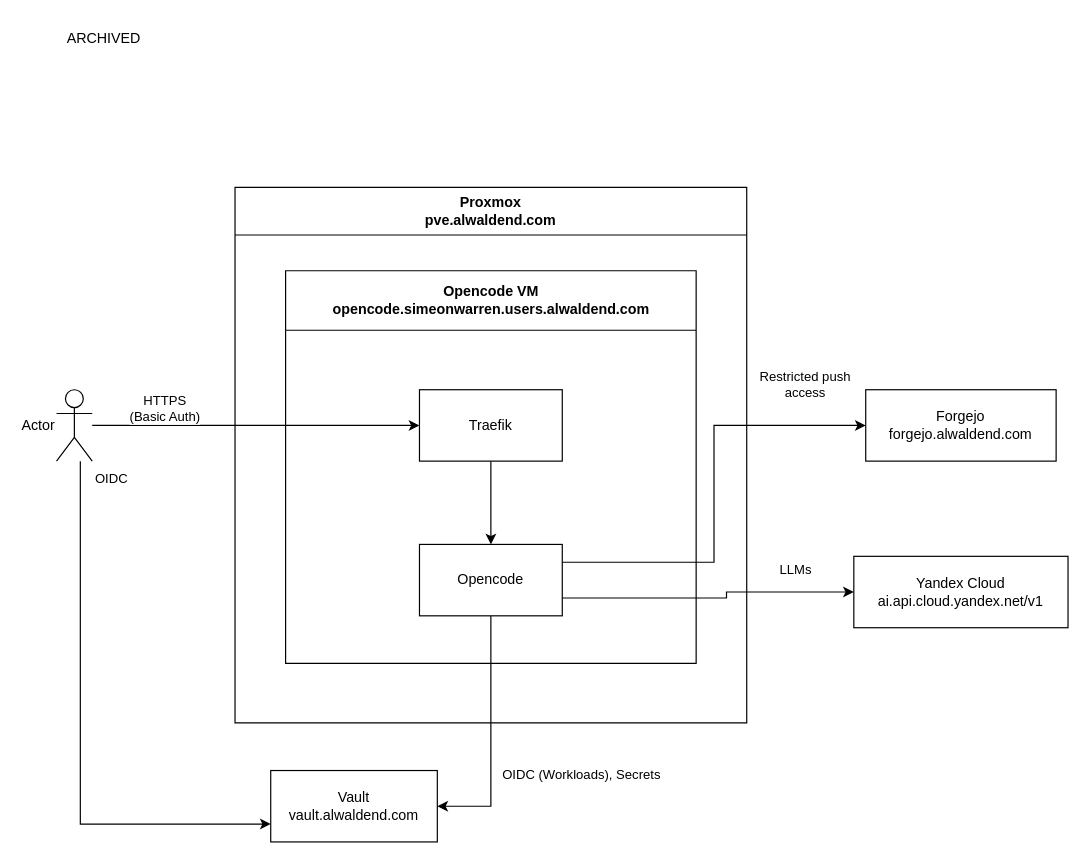
Above: page "Archive/Opencode" (11 of 12) of infra/arch/arch.drawio in alwaldend/src (draw.io), before the change. Source tidied: cells renumbered, new cells numbered last; positions are measured from the earlier drawing's top-left corner, leaving out a move shared by most shapes. Both pictures are drawn from the tidied source at 119%, with x=0, y=0 at pixel (56, 20).
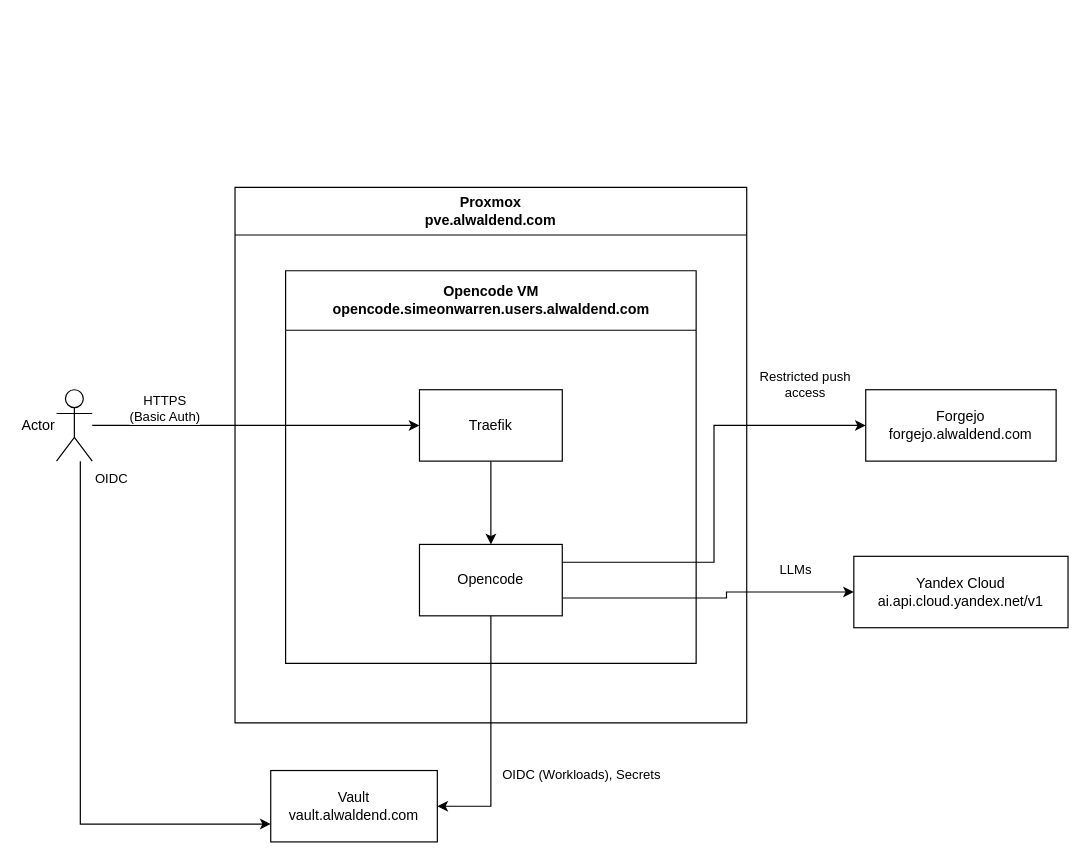
After the change.

The edit, as a diff of the source:
```diff
@@
-    <mxCell id="21" value="ARCHIVED" style="text;html=1;whiteSpace=wrap;strokeColor=none;fillColor=none;align=center;verticalAlign=middle;rounded=0;" parent="1" vertex="1">
-      <mxGeometry x="10" width="60" height="30" as="geometry" />
-    </mxCell>
```
